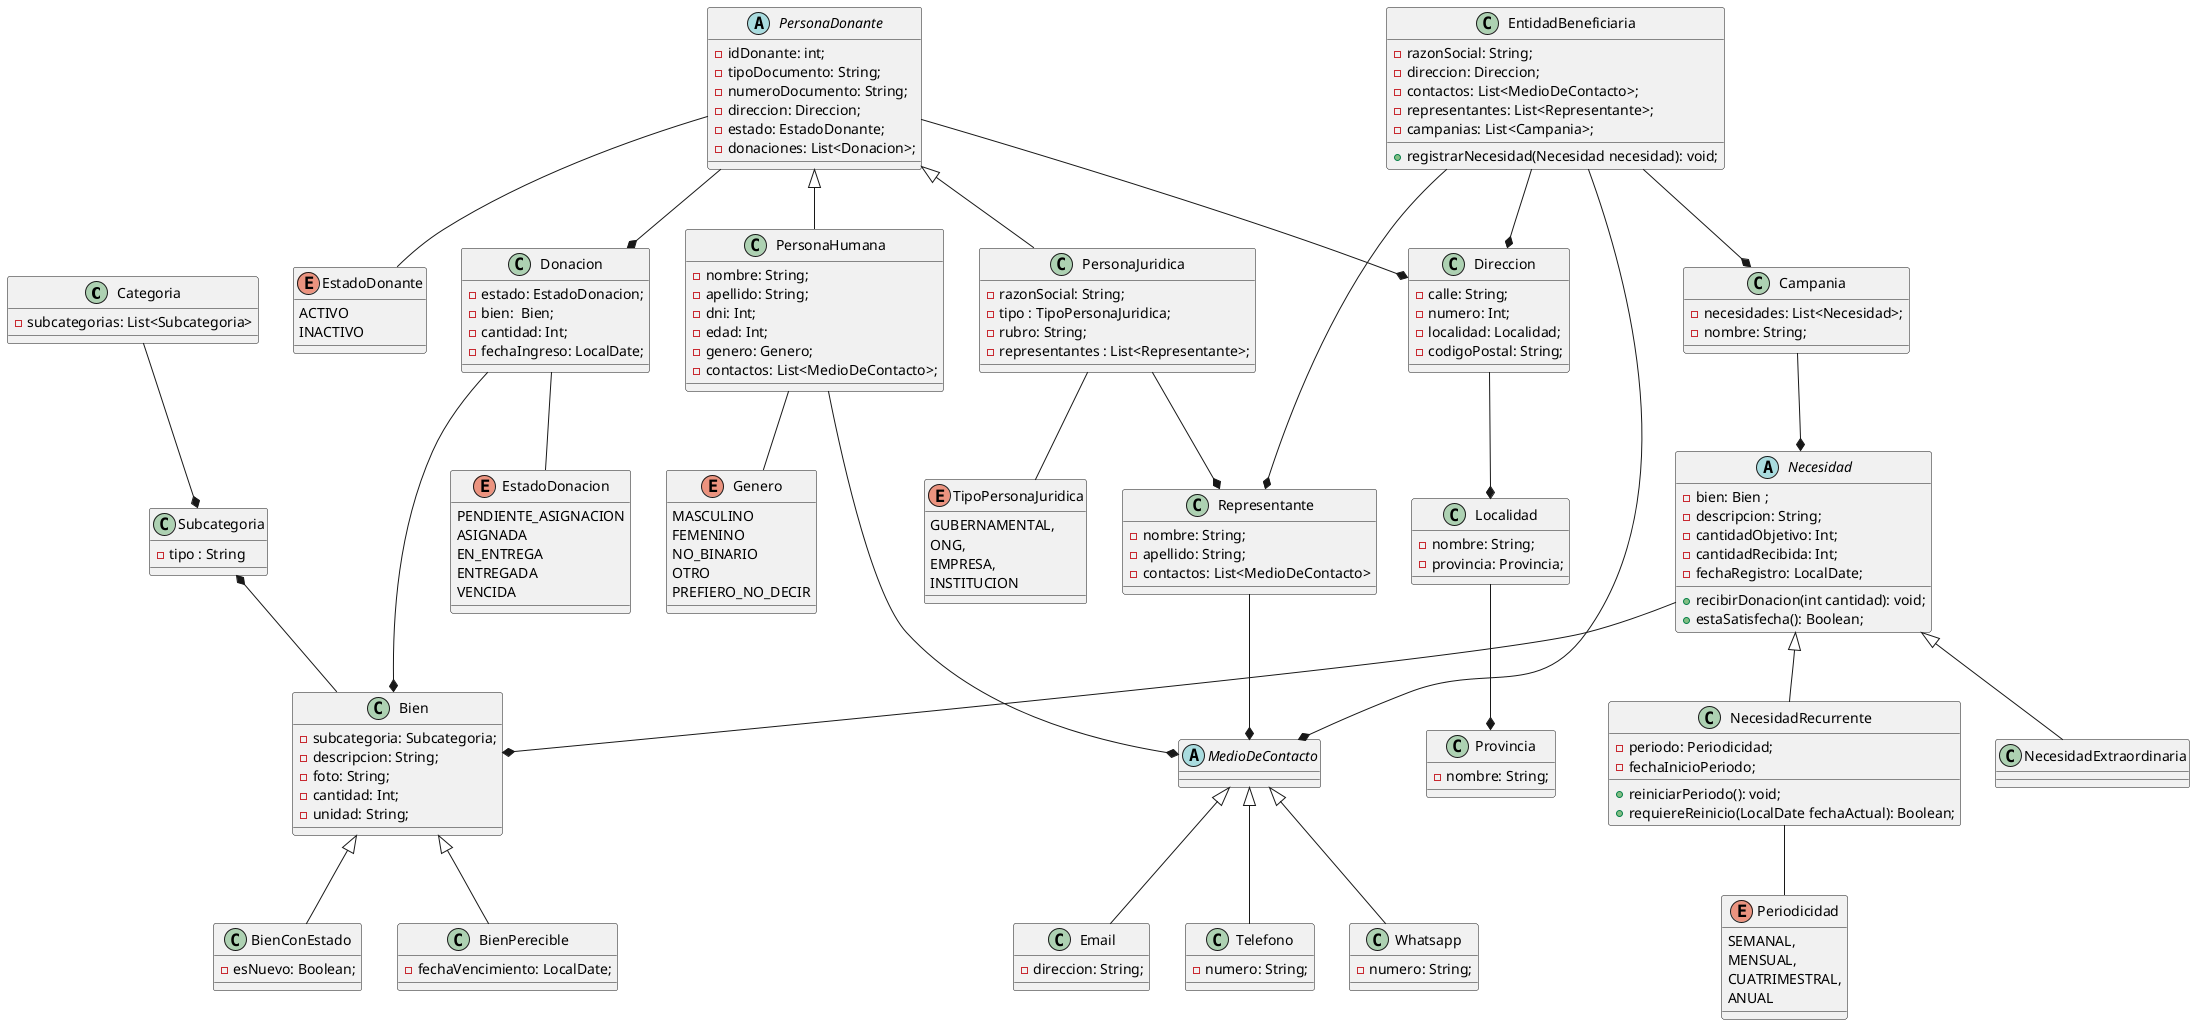
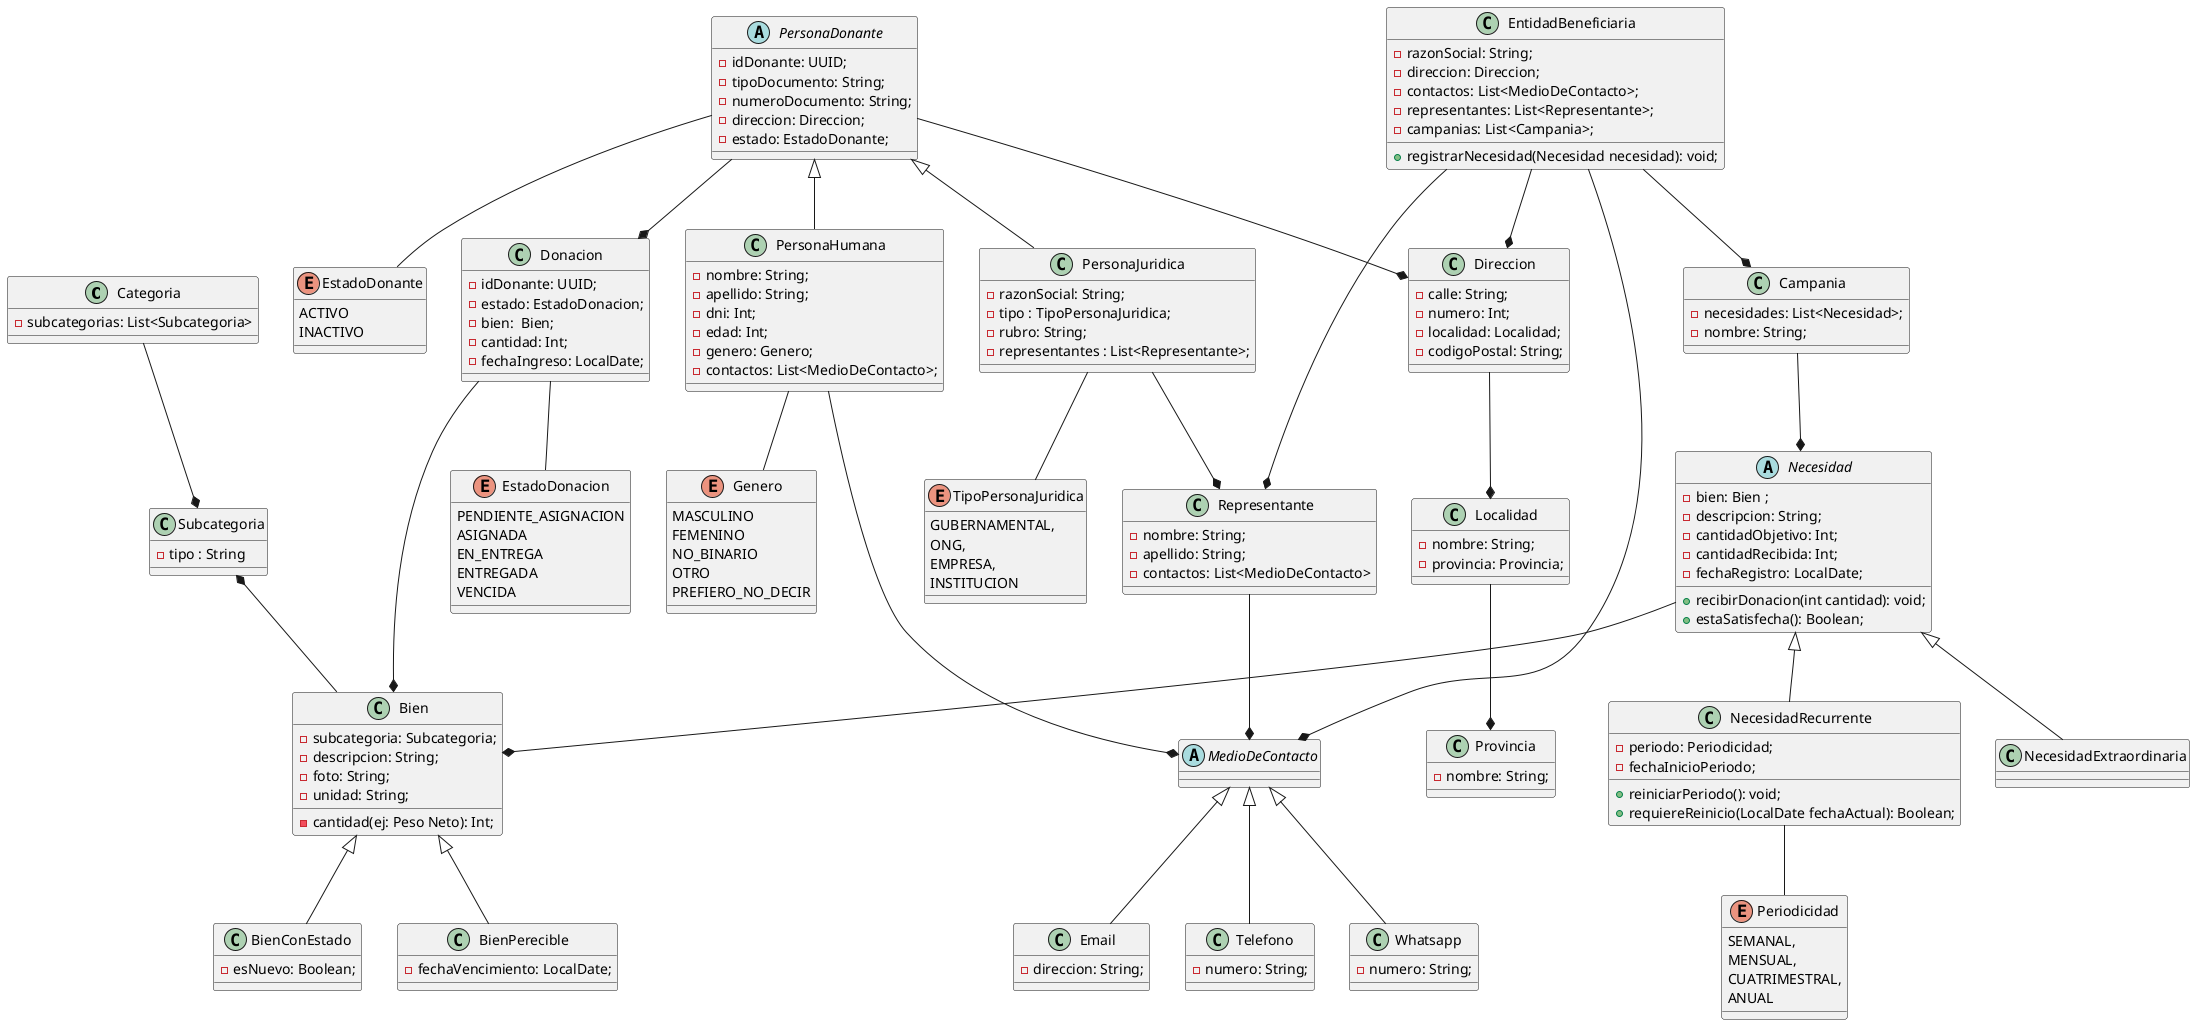
@startuml diagrama-De-Clases

class Categoria{
  - subcategorias: List<Subcategoria>
}

class Subcategoria{
  - tipo : String
}

abstract class MedioDeContacto{

}

class Email{
    - direccion: String;
}

class Telefono{
    - numero: String;
}

class Whatsapp{
    - numero: String;
}

class Bien{
    - subcategoria: Subcategoria;
    - descripcion: String;
    - foto: String;
-     - cantidad: Int;
+     - cantidad(ej: Peso Neto): Int;
    - unidad: String;
}

class BienConEstado{
    - esNuevo: Boolean;
}

class BienPerecible{
    - fechaVencimiento: LocalDate;
}

class Donacion{
+     - idDonante: UUID;
    - estado: EstadoDonacion;
    - bien:  Bien;
    - cantidad: Int;
    - fechaIngreso: LocalDate;
}

enum EstadoDonacion{
    PENDIENTE_ASIGNACION
    ASIGNADA
    EN_ENTREGA
    ENTREGADA
    VENCIDA
}

enum EstadoDonante{
    ACTIVO
    INACTIVO
}

enum Genero{
    MASCULINO
    FEMENINO
    NO_BINARIO
    OTRO
    PREFIERO_NO_DECIR
}

abstract class PersonaDonante{
-     - idDonante: int;
+     - idDonante: UUID;
    - tipoDocumento: String;
    - numeroDocumento: String;
    - direccion: Direccion;
    - estado: EstadoDonante;
-     - donaciones: List<Donacion>;
}

class PersonaHumana{
    - nombre: String;
    - apellido: String;
    - dni: Int;
    - edad: Int;
    - genero: Genero;
    - contactos: List<MedioDeContacto>;
}

class PersonaJuridica{
    - razonSocial: String;
    - tipo : TipoPersonaJuridica;
    - rubro: String;
    - representantes : List<Representante>;
}

class Representante{
    - nombre: String;
    - apellido: String;
    - contactos: List<MedioDeContacto>
}

enum TipoPersonaJuridica {
    GUBERNAMENTAL,
    ONG,
    EMPRESA,
    INSTITUCION
}

class Direccion{
    - calle: String;
    - numero: Int;
    - localidad: Localidad;
    - codigoPostal: String;
}

class Localidad{
- nombre: String;
- provincia: Provincia;
}

class Provincia{
- nombre: String;
}

class EntidadBeneficiaria{
    - razonSocial: String;
    - direccion: Direccion;
    - contactos: List<MedioDeContacto>;
    - representantes: List<Representante>;
    - campanias: List<Campania>;

    + registrarNecesidad(Necesidad necesidad): void;
}

abstract class Necesidad{
    - bien: Bien ;
    - descripcion: String;
    - cantidadObjetivo: Int;
    - cantidadRecibida: Int;
    - fechaRegistro: LocalDate;

    + recibirDonacion(int cantidad): void;
    + estaSatisfecha(): Boolean;
}

class NecesidadExtraordinaria{

}

class NecesidadRecurrente{
    - periodo: Periodicidad;
    - fechaInicioPeriodo;

    + reiniciarPeriodo(): void;
    + requiereReinicio(LocalDate fechaActual): Boolean;
}

enum Periodicidad{
    SEMANAL,
    MENSUAL,
    CUATRIMESTRAL,
    ANUAL
}

class Campania{
    - necesidades: List<Necesidad>;
    - nombre: String;
}

Campania --* Necesidad


Bien <|-- BienConEstado
Bien <|-- BienPerecible


Donacion --* Bien
Donacion -- EstadoDonacion


PersonaDonante <|-- PersonaHumana
PersonaDonante <|-- PersonaJuridica
PersonaHumana --* MedioDeContacto
PersonaDonante --* Direccion
PersonaDonante -- EstadoDonante
PersonaDonante --* Donacion

MedioDeContacto <|-- Email
MedioDeContacto <|-- Telefono
MedioDeContacto <|-- Whatsapp

Representante --* MedioDeContacto

Necesidad <|-- NecesidadExtraordinaria
Necesidad <|-- NecesidadRecurrente
Necesidad --* Bien


NecesidadRecurrente -- Periodicidad

PersonaJuridica -- TipoPersonaJuridica
PersonaJuridica --* Representante

PersonaHumana -- Genero

EntidadBeneficiaria --* Direccion
EntidadBeneficiaria --* Representante
EntidadBeneficiaria --* MedioDeContacto
EntidadBeneficiaria --* Campania

Direccion --* Localidad
Localidad --* Provincia

Categoria --* Subcategoria
Subcategoria *-- Bien

@enduml